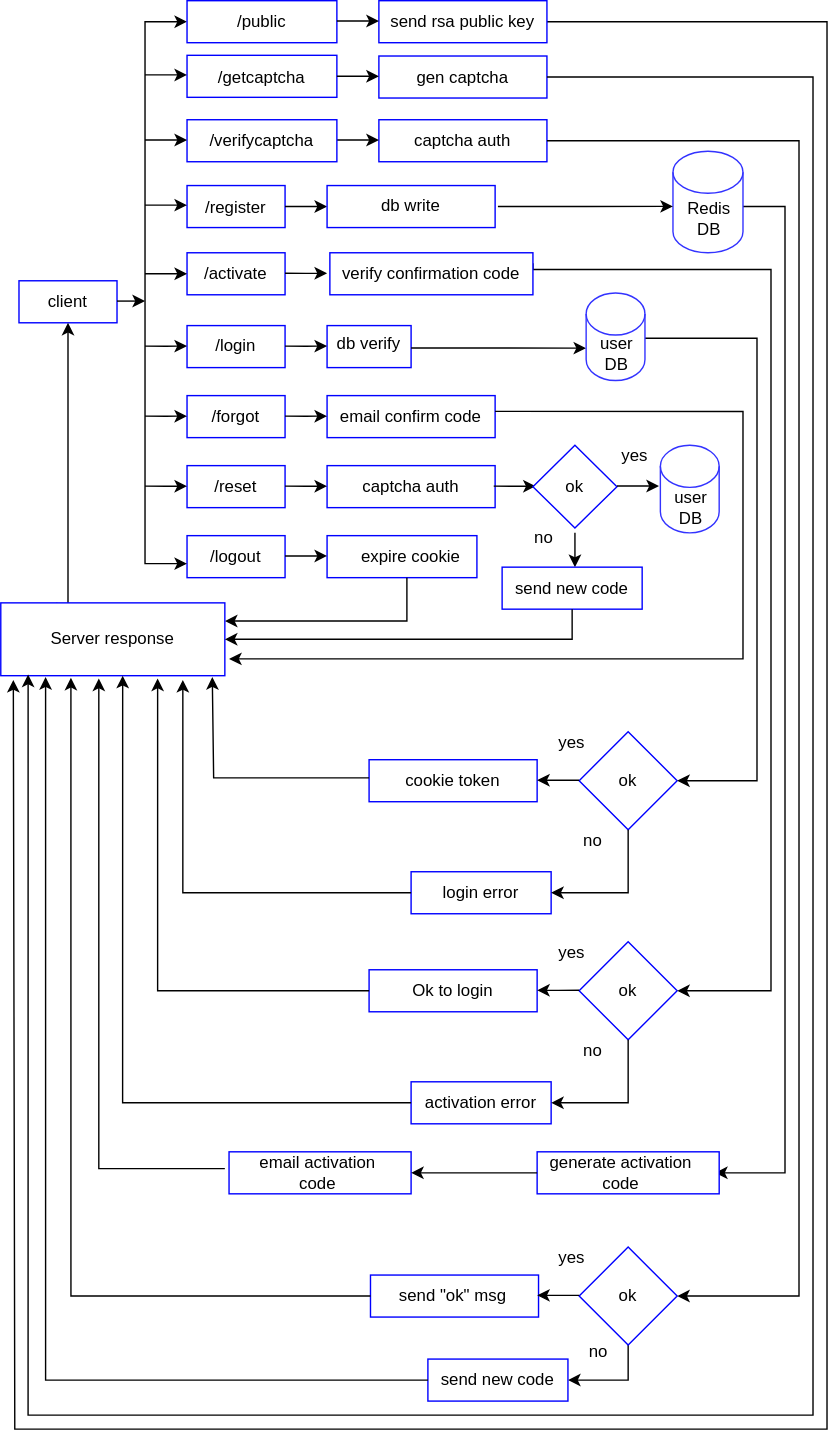
jaminyah/wxauth keeps this draw.io diagram as img/authflow.svg. Above is the earlier version. Source tidied: cells renumbered, new cells last; positions are measured from the earlier drawing's top-left corner, leaving out a move shared by most shapes.
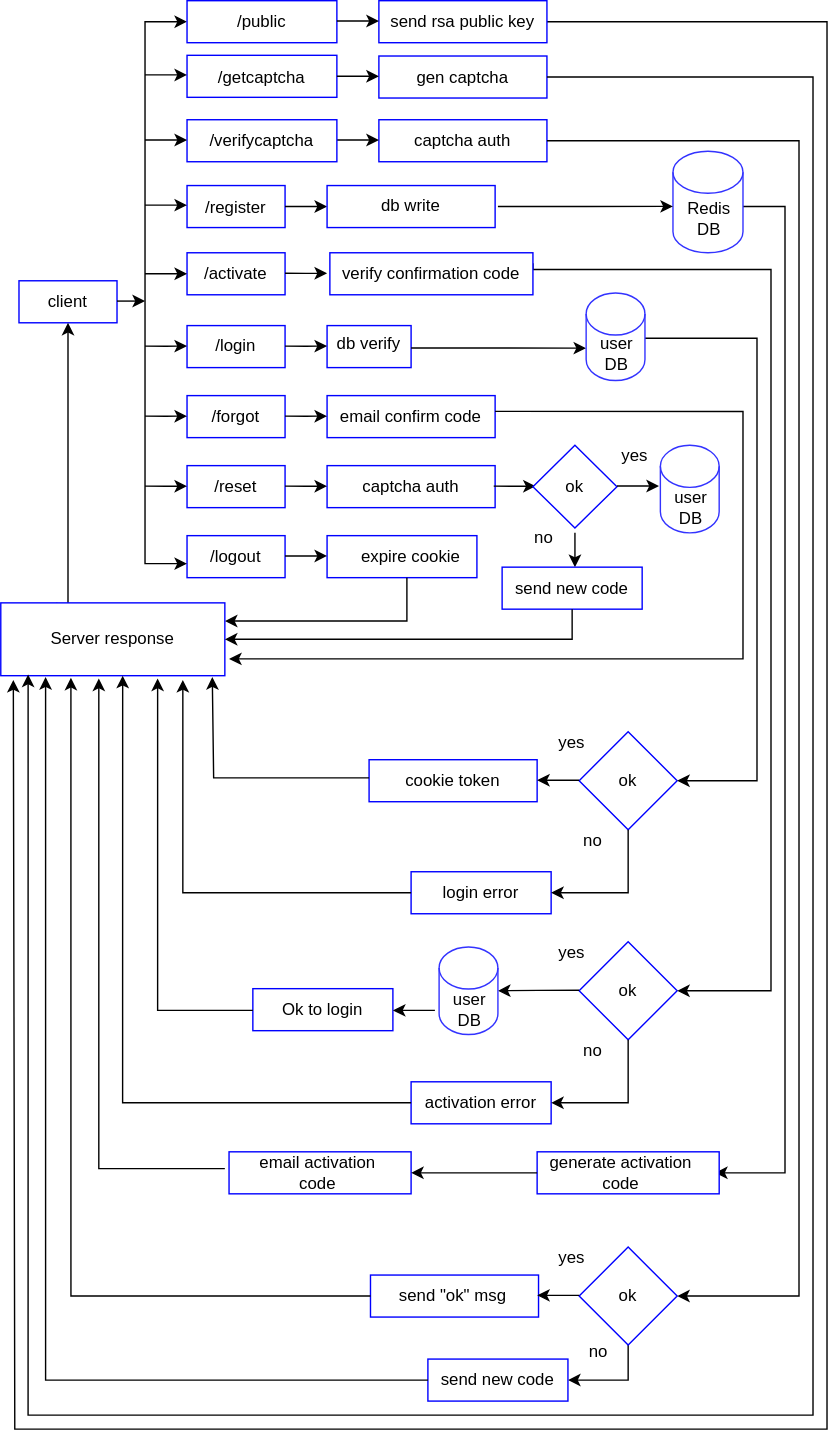
After the change.

Commit message:
Add db write on activate success to sys arch diagram.

Diff of the diagram source:
```diff
@@ -268,11 +268,14 @@
         </Array>
       </mxGeometry>
     </mxCell>
+    <mxCell id="128" style="edgeStyle=orthogonalEdgeStyle;rounded=0;jettySize=auto;html=1;exitX=1;exitY=0.75;exitDx=0;exitDy=0;entryX=0.87;entryY=1.333;entryDx=0;entryDy=0;entryPerimeter=0;" parent="1" edge="1" source="53" target="54">
+      <mxGeometry relative="1" as="geometry" />
+    </mxCell>
     <mxCell id="53" style="rounded=0;whiteSpace=wrap;html=1;strokeColor=#0000FF;" parent="1" vertex="1">
-      <mxGeometry x="263" y="692" width="120" height="30" as="geometry" />
+      <mxGeometry x="180" y="705.5" width="100" height="30" as="geometry" />
     </mxCell>
     <mxCell id="54" value="Ok to login" style="text;html=1;strokeColor=none;fillColor=none;align=center;verticalAlign=middle;whiteSpace=wrap;rounded=0;" parent="1" vertex="1">
-      <mxGeometry x="273" y="699.5" width="100" height="15" as="geometry" />
+      <mxGeometry x="180" y="713" width="100" height="15" as="geometry" />
     </mxCell>
     <mxCell id="55" style="rhombus;whiteSpace=wrap;html=1;strokeColor=#0000FF;" parent="1" vertex="1">
       <mxGeometry x="413" y="672" width="70" height="70" as="geometry" />
@@ -280,14 +283,9 @@
     <mxCell id="56" value="ok" style="text;html=1;strokeColor=none;fillColor=none;align=center;verticalAlign=middle;whiteSpace=wrap;rounded=0;" parent="1" vertex="1">
       <mxGeometry x="433" y="699.5" width="30" height="15" as="geometry" />
     </mxCell>
-    <mxCell id="57" style="endArrow=classic;html=1;rounded=0;edgeStyle=orthogonalEdgeStyle;entryX=0;entryY=0.5;entryDx=0;entryDy=0;" parent="1" edge="1">
+    <mxCell id="57" style="endArrow=classic;html=1;rounded=0;edgeStyle=orthogonalEdgeStyle;entryX=1;entryY=0.5;entryDx=0;entryDy=0;entryPerimeter=0;" parent="1" edge="1" target="129">
       <mxGeometry relative="1" as="geometry">
         <mxPoint x="413" y="706.7" as="sourcePoint" />
-        <mxPoint x="383" y="706.7" as="targetPoint" />
-        <Array as="points">
-          <mxPoint x="398" y="706.7" />
-          <mxPoint x="398" y="706.7" />
-        </Array>
       </mxGeometry>
     </mxCell>
     <mxCell id="58" style="rounded=0;whiteSpace=wrap;html=1;strokeColor=#0000FF;" parent="1" vertex="1">
@@ -324,12 +322,12 @@
     <mxCell id="65" style="rounded=0;whiteSpace=wrap;html=1;strokeColor=#0000FF;" parent="1" vertex="1">
       <mxGeometry y="430" width="160" height="52" as="geometry" />
     </mxCell>
-    <mxCell id="66" style="endArrow=classic;html=1;rounded=0;edgeStyle=orthogonalEdgeStyle;exitX=0;exitY=0.5;exitDx=0;exitDy=0;" parent="1" edge="1" source="53">
+    <mxCell id="66" style="endArrow=classic;html=1;rounded=0;edgeStyle=orthogonalEdgeStyle;" parent="1" edge="1">
       <mxGeometry relative="1" as="geometry">
+        <mxPoint x="180" y="721" as="sourcePoint" />
         <mxPoint x="112" y="484" as="targetPoint" />
         <Array as="points">
-          <mxPoint x="112" y="707" />
-          <mxPoint x="112" y="484" />
+          <mxPoint x="112" y="721" />
         </Array>
       </mxGeometry>
     </mxCell>
@@ -645,5 +643,17 @@
         </Array>
       </mxGeometry>
     </mxCell>
+    <mxCell id="129" style="shape=cylinder3;whiteSpace=wrap;html=1;boundedLbl=1;backgroundOutline=1;size=15;strokeColor=#3333FF;" parent="1" vertex="1">
+      <mxGeometry x="313" y="675.8" width="42" height="62.5" as="geometry" />
+    </mxCell>
+    <mxCell id="130" style="edgeStyle=orthogonalEdgeStyle;rounded=0;orthogonalLoop=1;jettySize=auto;html=1;" parent="1" edge="1">
+      <mxGeometry relative="1" as="geometry">
+        <mxPoint x="310" y="721" as="sourcePoint" />
+        <mxPoint x="280" y="721" as="targetPoint" />
+      </mxGeometry>
+    </mxCell>
+    <mxCell id="131" value="user&lt;br&gt;DB" style="text;html=1;strokeColor=none;fillColor=none;align=center;verticalAlign=middle;whiteSpace=wrap;rounded=0;" parent="1" vertex="1">
+      <mxGeometry x="315" y="708.2" width="40" height="24.5" as="geometry" />
+    </mxCell>
   </root>
 </mxGraphModel>
```
